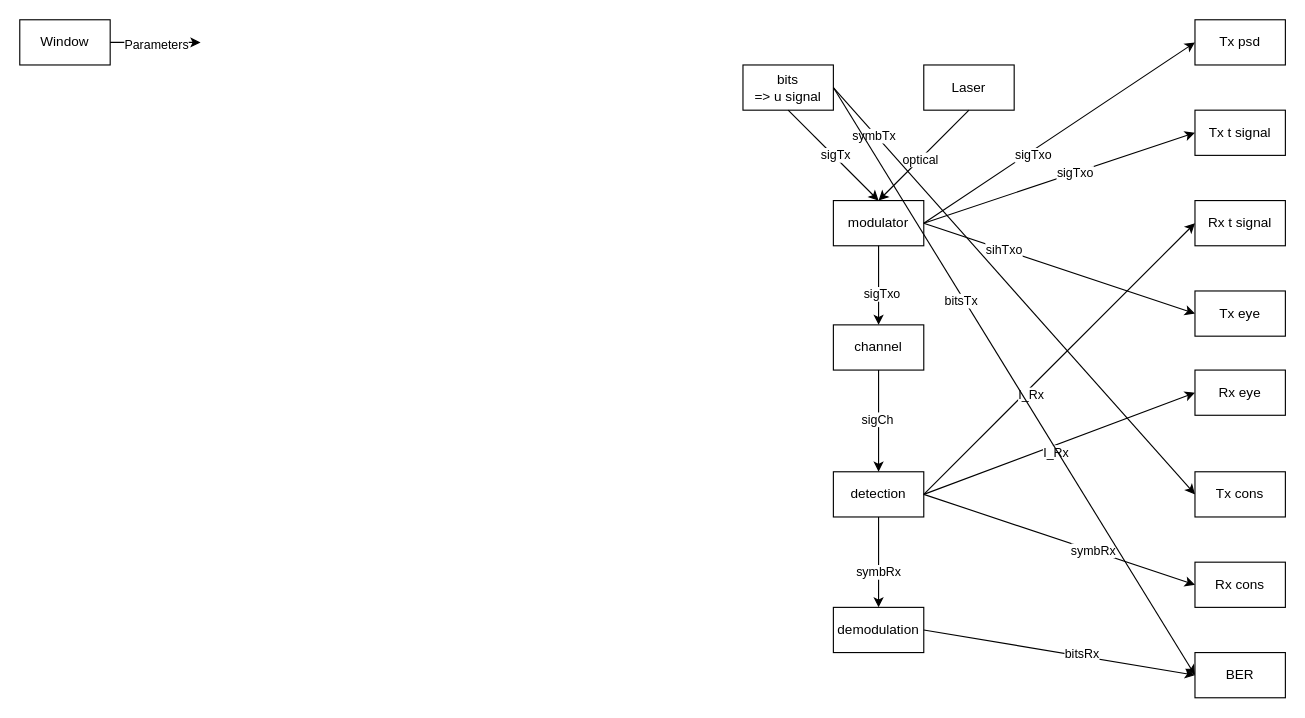
This is page "Stránka-2" (2 of 2) of diagram.drawio from jurkovicmartin/Bakal-ka, a draw.io file, before an edit. Source tidied: cells renumbered, new cells numbered last; positions are measured from the earlier drawing's top-left corner, leaving out a move shared by most shapes. Both pictures are drawn from the tidied source at 113%, with x=0, y=0 at pixel (19, 19).
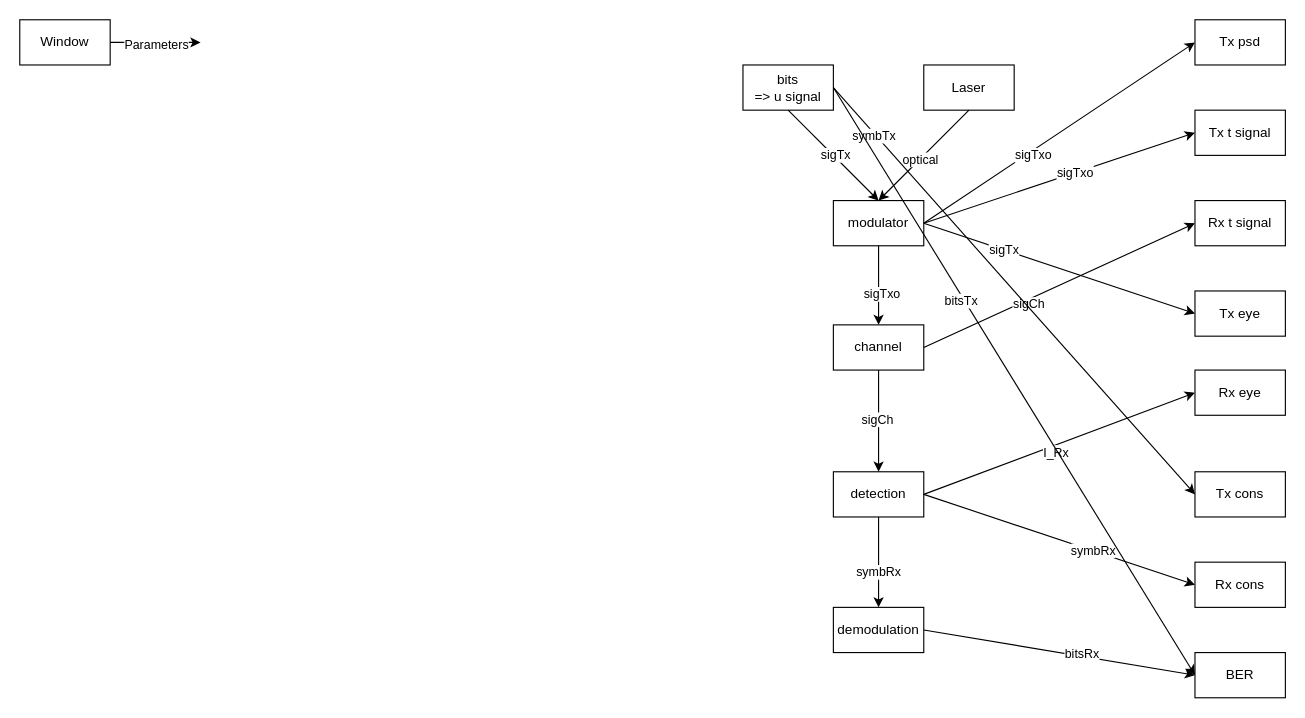
The same page after the edit.

The change refers to these unchanged cells:
```xml
<mxCell id="9" value="Rx t signal" style="rounded=0;whiteSpace=wrap;html=1;" parent="1" vertex="1">
  <mxGeometry x="1040" y="160" width="80" height="40" as="geometry" />
</mxCell>
<mxCell id="16" value="channel" style="rounded=0;whiteSpace=wrap;html=1;" parent="1" vertex="1">
  <mxGeometry x="720" y="270" width="80" height="40" as="geometry" />
</mxCell>
<mxCell id="17" value="detection" style="rounded=0;whiteSpace=wrap;html=1;" parent="1" vertex="1">
  <mxGeometry x="720" y="400" width="80" height="40" as="geometry" />
</mxCell>
<mxCell id="37" style="endArrow=classic;html=1;rounded=0;exitX=1;exitY=0.5;exitDx=0;exitDy=0;entryX=0;entryY=0.5;entryDx=0;entryDy=0;" parent="1" edge="1" source="15" target="10">
  <mxGeometry relative="1" as="geometry" />
</mxCell>
```

Diff of the diagram source:
```diff
@@
-    <mxCell id="33" style="endArrow=classic;html=1;rounded=0;exitX=1;exitY=0.5;exitDx=0;exitDy=0;entryX=0;entryY=0.5;entryDx=0;entryDy=0;" parent="1" edge="1" source="17" target="9">
+    <mxCell id="33" style="endArrow=classic;html=1;rounded=0;exitX=1;exitY=0.5;exitDx=0;exitDy=0;entryX=0;entryY=0.5;entryDx=0;entryDy=0;" parent="1" edge="1" source="16" target="9">
       <mxGeometry relative="1" as="geometry" />
     </mxCell>
-    <mxCell id="34" value="I_Rx" style="edgeLabel;html=1;align=center;verticalAlign=middle;" parent="33" vertex="1">
+    <mxCell id="34" value="sigCh" style="edgeLabel;html=1;align=center;verticalAlign=middle;" parent="33" vertex="1">
       <mxGeometry x="-0.24" y="-4" relative="1" as="geometry" />
     </mxCell>
@@
-    <mxCell id="38" value="sihTxo" style="edgeLabel;html=1;align=center;verticalAlign=middle;" parent="37" vertex="1">
+    <mxCell id="38" value="sigTx" style="edgeLabel;html=1;align=center;verticalAlign=middle;" parent="37" vertex="1">
       <mxGeometry x="-0.41" y="-1" relative="1" as="geometry">
         <mxPoint y="-1" as="offset" />
       </mxGeometry>
     </mxCell>
```
